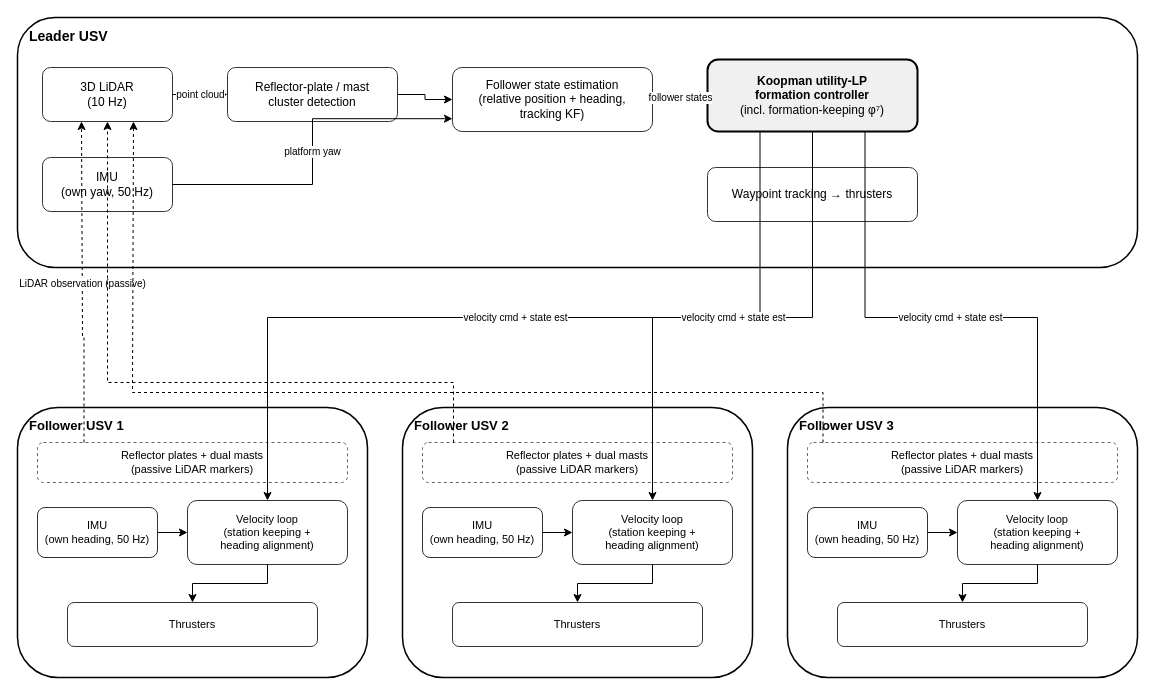
This is IEEE-conference-template-062824/fig/system_architecture.drawio from yuuu1121/GTBOT, a draw.io file, before an edit. Source tidied: cells renumbered, new cells numbered last; positions are measured from the earlier drawing's top-left corner, leaving out a move shared by most shapes. Both pictures are drawn from the tidied source at 100%, with x=0, y=0 at pixel (17, 17).
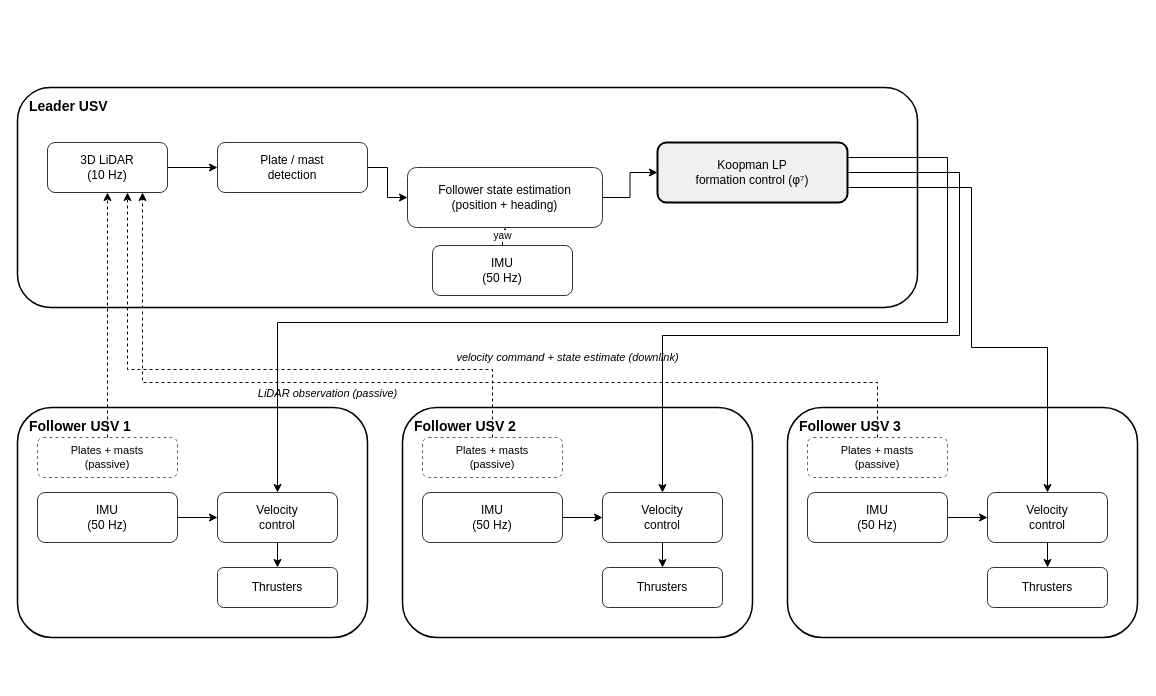
The same page after the edit.

Commit message (it also covers changes not shown here):
draft(ut27): 아키텍처 그림 재설계 — 부유 상자 제거·배선 정리·간략화(자체 렌더 검수 3회전)

리더의 waypoint/thrusters 행 제거(편대 사슬 아님 — 캡션에서 언급),
리더 IMU를 추정 상자 직하로 이동(yaw 수직 배선), 다운링크는 우측 버스
3선으로 정리, 라벨은 선 사이 빈 띠에 배치. 지오메트리를 gen 스크립트
단일 소스로 만들어 matplotlib 미리보기로 검수 후 drawio 생성.

Claude-Session: https://claude.ai/code/session_019qNLAuEkV57fTxt2qoVVH8

Change to the diagram source:
```diff
@@
     <mxCell id="2" value="Leader USV" style="rounded=1;fillColor=none;strokeColor=#000000;strokeWidth=1.5;verticalAlign=top;fontSize=14;fontStyle=1;align=left;spacingLeft=10;spacingTop=4;" parent="1" vertex="1">
-      <mxGeometry width="1120" height="250" as="geometry" />
+      <mxGeometry y="70" width="900" height="220" as="geometry" />
     </mxCell>
     <mxCell id="3" value="3D LiDAR&lt;br&gt;(10 Hz)" style="rounded=1;whiteSpace=wrap;html=1;fillColor=#ffffff;strokeColor=#333333;fontSize=12;" parent="1" vertex="1">
-      <mxGeometry x="25" y="50" width="130" height="54" as="geometry" />
+      <mxGeometry x="30" y="125" width="120" height="50" as="geometry" />
     </mxCell>
-    <mxCell id="4" value="IMU&lt;br&gt;(own yaw, 50 Hz)" style="rounded=1;whiteSpace=wrap;html=1;fillColor=#ffffff;strokeColor=#333333;fontSize=12;" parent="1" vertex="1">
-      <mxGeometry x="25" y="140" width="130" height="54" as="geometry" />
-    </mxCell>
-    <mxCell id="5" value="Reflector-plate / mast&lt;br&gt;cluster detection" style="rounded=1;whiteSpace=wrap;html=1;fillColor=#ffffff;strokeColor=#333333;fontSize=12;" parent="1" vertex="1">
-      <mxGeometry x="210" y="50" width="170" height="54" as="geometry" />
-    </mxCell>
-    <mxCell id="6" value="Follower state estimation&lt;br&gt;(relative position + heading,&lt;br&gt;tracking KF)" style="rounded=1;whiteSpace=wrap;html=1;fillColor=#ffffff;strokeColor=#333333;fontSize=12;" parent="1" vertex="1">
-      <mxGeometry x="435" y="50" width="200" height="64" as="geometry" />
-    </mxCell>
-    <mxCell id="7" value="&lt;b&gt;Koopman utility-LP&lt;br&gt;formation controller&lt;/b&gt;&lt;br&gt;(incl. formation-keeping φ⁷)" style="rounded=1;whiteSpace=wrap;html=1;fillColor=#f0f0f0;strokeColor=#000000;strokeWidth=2;fontSize=12;" parent="1" vertex="1">
-      <mxGeometry x="690" y="42" width="210" height="72" as="geometry" />
-    </mxCell>
-    <mxCell id="8" value="Waypoint tracking → thrusters" style="rounded=1;whiteSpace=wrap;html=1;fillColor=#ffffff;strokeColor=#333333;fontSize=12;" parent="1" vertex="1">
-      <mxGeometry x="690" y="150" width="210" height="54" as="geometry" />
-    </mxCell>
-    <mxCell id="9" value="point cloud" style="edgeStyle=orthogonalEdgeStyle;rounded=0;html=1;exitX=1;exitY=0.5;entryX=0;entryY=0.5;fontSize=10;" parent="1" edge="1" source="3" target="5">
-      <mxGeometry relative="1" as="geometry" />
-    </mxCell>
-    <mxCell id="10" style="edgeStyle=orthogonalEdgeStyle;rounded=0;html=1;exitX=1;exitY=0.5;entryX=0;entryY=0.5;" parent="1" edge="1" source="5" target="6">
-      <mxGeometry relative="1" as="geometry" />
-    </mxCell>
-    <mxCell id="11" value="platform yaw" style="edgeStyle=orthogonalEdgeStyle;rounded=0;html=1;exitX=1;exitY=0.5;entryX=0;entryY=0.8;fontSize=10;" parent="1" edge="1" source="4" target="6">
-      <mxGeometry relative="1" as="geometry" />
-    </mxCell>
-    <mxCell id="12" value="follower states" style="edgeStyle=orthogonalEdgeStyle;rounded=0;html=1;exitX=1;exitY=0.5;entryX=0;entryY=0.5;fontSize=10;" parent="1" edge="1" source="6" target="7">
-      <mxGeometry relative="1" as="geometry" />
-    </mxCell>
+    <mxCell id="40" value="Plate / mast&lt;br&gt;detection" style="rounded=1;whiteSpace=wrap;html=1;fillColor=#ffffff;strokeColor=#333333;fontSize=12;" parent="1" vertex="1">
+      <mxGeometry x="200" y="125" width="150" height="50" as="geometry" />
+    </mxCell>
+    <mxCell id="41" value="IMU&lt;br&gt;(50 Hz)" style="rounded=1;whiteSpace=wrap;html=1;fillColor=#ffffff;strokeColor=#333333;fontSize=12;" parent="1" vertex="1">
+      <mxGeometry x="415" y="228" width="140" height="50" as="geometry" />
+    </mxCell>
+    <mxCell id="42" value="Follower state estimation&lt;br&gt;(position + heading)" style="rounded=1;whiteSpace=wrap;html=1;fillColor=#ffffff;strokeColor=#333333;fontSize=12;" parent="1" vertex="1">
+      <mxGeometry x="390" y="150" width="195" height="60" as="geometry" />
+    </mxCell>
+    <mxCell id="43" value="Koopman LP&lt;br&gt;formation control (φ⁷)" style="rounded=1;whiteSpace=wrap;html=1;fillColor=#f0f0f0;strokeColor=#000000;strokeWidth=2;fontSize=12;" parent="1" vertex="1">
+      <mxGeometry x="640" y="125" width="190" height="60" as="geometry" />
+    </mxCell>
-    <mxCell id="13" value="Follower USV 1" style="rounded=1;fillColor=none;strokeColor=#000000;strokeWidth=1.5;verticalAlign=top;fontSize=13;fontStyle=1;align=left;spacingLeft=10;spacingTop=4;" parent="1" vertex="1">
-      <mxGeometry y="390" width="350" height="270" as="geometry" />
+    <mxCell id="13" value="Follower USV 1" style="rounded=1;fillColor=none;strokeColor=#000000;strokeWidth=1.5;verticalAlign=top;fontSize=14;fontStyle=1;align=left;spacingLeft=10;spacingTop=4;" parent="1" vertex="1">
+      <mxGeometry y="390" width="350" height="230" as="geometry" />
     </mxCell>
-    <mxCell id="14" value="Reflector plates + dual masts&lt;br&gt;(passive LiDAR markers)" style="rounded=1;whiteSpace=wrap;html=1;fillColor=#ffffff;strokeColor=#666666;dashed=1;fontSize=11;" parent="1" vertex="1">
-      <mxGeometry x="20" y="425" width="310" height="40" as="geometry" />
-    </mxCell>
-    <mxCell id="15" value="IMU&lt;br&gt;(own heading, 50 Hz)" style="rounded=1;whiteSpace=wrap;html=1;fillColor=#ffffff;strokeColor=#333333;fontSize=11;" parent="1" vertex="1">
-      <mxGeometry x="20" y="490" width="120" height="50" as="geometry" />
-    </mxCell>
-    <mxCell id="16" value="Velocity loop&lt;br&gt;(station keeping +&lt;br&gt;heading alignment)" style="rounded=1;whiteSpace=wrap;html=1;fillColor=#ffffff;strokeColor=#333333;fontSize=11;" parent="1" vertex="1">
-      <mxGeometry x="170" y="483" width="160" height="64" as="geometry" />
-    </mxCell>
-    <mxCell id="17" value="Thrusters" style="rounded=1;whiteSpace=wrap;html=1;fillColor=#ffffff;strokeColor=#333333;fontSize=11;" parent="1" vertex="1">
-      <mxGeometry x="50" y="585" width="250" height="44" as="geometry" />
-    </mxCell>
-    <mxCell id="18" style="edgeStyle=orthogonalEdgeStyle;rounded=0;html=1;exitX=1;exitY=0.5;entryX=0;entryY=0.5;" parent="1" edge="1" source="15" target="16">
-      <mxGeometry relative="1" as="geometry" />
-    </mxCell>
-    <mxCell id="19" style="edgeStyle=orthogonalEdgeStyle;rounded=0;html=1;exitX=0.5;exitY=1;entryX=0.5;entryY=0;" parent="1" edge="1" source="16" target="17">
-      <mxGeometry relative="1" as="geometry" />
-    </mxCell>
+    <mxCell id="44" value="Plates + masts&lt;br&gt;(passive)" style="rounded=1;whiteSpace=wrap;html=1;fillColor=#ffffff;strokeColor=#666666;dashed=1;fontSize=11;" parent="1" vertex="1">
+      <mxGeometry x="20" y="420" width="140" height="40" as="geometry" />
+    </mxCell>
+    <mxCell id="45" value="IMU&lt;br&gt;(50 Hz)" style="rounded=1;whiteSpace=wrap;html=1;fillColor=#ffffff;strokeColor=#333333;fontSize=12;" parent="1" vertex="1">
+      <mxGeometry x="20" y="475" width="140" height="50" as="geometry" />
+    </mxCell>
+    <mxCell id="46" value="Velocity&lt;br&gt;control" style="rounded=1;whiteSpace=wrap;html=1;fillColor=#ffffff;strokeColor=#333333;fontSize=12;" parent="1" vertex="1">
+      <mxGeometry x="200" y="475" width="120" height="50" as="geometry" />
+    </mxCell>
+    <mxCell id="47" value="Thrusters" style="rounded=1;whiteSpace=wrap;html=1;fillColor=#ffffff;strokeColor=#333333;fontSize=12;" parent="1" vertex="1">
+      <mxGeometry x="200" y="550" width="120" height="40" as="geometry" />
+    </mxCell>
-    <mxCell id="20" value="Follower USV 2" style="rounded=1;fillColor=none;strokeColor=#000000;strokeWidth=1.5;verticalAlign=top;fontSize=13;fontStyle=1;align=left;spacingLeft=10;spacingTop=4;" parent="1" vertex="1">
-      <mxGeometry x="385" y="390" width="350" height="270" as="geometry" />
+    <mxCell id="20" value="Follower USV 2" style="rounded=1;fillColor=none;strokeColor=#000000;strokeWidth=1.5;verticalAlign=top;fontSize=14;fontStyle=1;align=left;spacingLeft=10;spacingTop=4;" parent="1" vertex="1">
+      <mxGeometry x="385" y="390" width="350" height="230" as="geometry" />
     </mxCell>
-    <mxCell id="21" value="Reflector plates + dual masts&lt;br&gt;(passive LiDAR markers)" style="rounded=1;whiteSpace=wrap;html=1;fillColor=#ffffff;strokeColor=#666666;dashed=1;fontSize=11;" parent="1" vertex="1">
-      <mxGeometry x="405" y="425" width="310" height="40" as="geometry" />
-    </mxCell>
-    <mxCell id="22" value="IMU&lt;br&gt;(own heading, 50 Hz)" style="rounded=1;whiteSpace=wrap;html=1;fillColor=#ffffff;strokeColor=#333333;fontSize=11;" parent="1" vertex="1">
-      <mxGeometry x="405" y="490" width="120" height="50" as="geometry" />
-    </mxCell>
-    <mxCell id="23" value="Velocity loop&lt;br&gt;(station keeping +&lt;br&gt;heading alignment)" style="rounded=1;whiteSpace=wrap;html=1;fillColor=#ffffff;strokeColor=#333333;fontSize=11;" parent="1" vertex="1">
-      <mxGeometry x="555" y="483" width="160" height="64" as="geometry" />
-    </mxCell>
-    <mxCell id="24" value="Thrusters" style="rounded=1;whiteSpace=wrap;html=1;fillColor=#ffffff;strokeColor=#333333;fontSize=11;" parent="1" vertex="1">
-      <mxGeometry x="435" y="585" width="250" height="44" as="geometry" />
-    </mxCell>
-    <mxCell id="25" style="edgeStyle=orthogonalEdgeStyle;rounded=0;html=1;exitX=1;exitY=0.5;entryX=0;entryY=0.5;" parent="1" edge="1" source="22" target="23">
-      <mxGeometry relative="1" as="geometry" />
-    </mxCell>
-    <mxCell id="26" style="edgeStyle=orthogonalEdgeStyle;rounded=0;html=1;exitX=0.5;exitY=1;entryX=0.5;entryY=0;" parent="1" edge="1" source="23" target="24">
-      <mxGeometry relative="1" as="geometry" />
-    </mxCell>
+    <mxCell id="48" value="Plates + masts&lt;br&gt;(passive)" style="rounded=1;whiteSpace=wrap;html=1;fillColor=#ffffff;strokeColor=#666666;dashed=1;fontSize=11;" parent="1" vertex="1">
+      <mxGeometry x="405" y="420" width="140" height="40" as="geometry" />
+    </mxCell>
+    <mxCell id="49" value="IMU&lt;br&gt;(50 Hz)" style="rounded=1;whiteSpace=wrap;html=1;fillColor=#ffffff;strokeColor=#333333;fontSize=12;" parent="1" vertex="1">
+      <mxGeometry x="405" y="475" width="140" height="50" as="geometry" />
+    </mxCell>
+    <mxCell id="50" value="Velocity&lt;br&gt;control" style="rounded=1;whiteSpace=wrap;html=1;fillColor=#ffffff;strokeColor=#333333;fontSize=12;" parent="1" vertex="1">
+      <mxGeometry x="585" y="475" width="120" height="50" as="geometry" />
+    </mxCell>
+    <mxCell id="51" value="Thrusters" style="rounded=1;whiteSpace=wrap;html=1;fillColor=#ffffff;strokeColor=#333333;fontSize=12;" parent="1" vertex="1">
+      <mxGeometry x="585" y="550" width="120" height="40" as="geometry" />
+    </mxCell>
-    <mxCell id="27" value="Follower USV 3" style="rounded=1;fillColor=none;strokeColor=#000000;strokeWidth=1.5;verticalAlign=top;fontSize=13;fontStyle=1;align=left;spacingLeft=10;spacingTop=4;" parent="1" vertex="1">
-      <mxGeometry x="770" y="390" width="350" height="270" as="geometry" />
+    <mxCell id="27" value="Follower USV 3" style="rounded=1;fillColor=none;strokeColor=#000000;strokeWidth=1.5;verticalAlign=top;fontSize=14;fontStyle=1;align=left;spacingLeft=10;spacingTop=4;" parent="1" vertex="1">
+      <mxGeometry x="770" y="390" width="350" height="230" as="geometry" />
     </mxCell>
-    <mxCell id="28" value="Reflector plates + dual masts&lt;br&gt;(passive LiDAR markers)" style="rounded=1;whiteSpace=wrap;html=1;fillColor=#ffffff;strokeColor=#666666;dashed=1;fontSize=11;" parent="1" vertex="1">
-      <mxGeometry x="790" y="425" width="310" height="40" as="geometry" />
-    </mxCell>
-    <mxCell id="29" value="IMU&lt;br&gt;(own heading, 50 Hz)" style="rounded=1;whiteSpace=wrap;html=1;fillColor=#ffffff;strokeColor=#333333;fontSize=11;" parent="1" vertex="1">
-      <mxGeometry x="790" y="490" width="120" height="50" as="geometry" />
-    </mxCell>
-    <mxCell id="30" value="Velocity loop&lt;br&gt;(station keeping +&lt;br&gt;heading alignment)" style="rounded=1;whiteSpace=wrap;html=1;fillColor=#ffffff;strokeColor=#333333;fontSize=11;" parent="1" vertex="1">
-      <mxGeometry x="940" y="483" width="160" height="64" as="geometry" />
-    </mxCell>
-    <mxCell id="31" value="Thrusters" style="rounded=1;whiteSpace=wrap;html=1;fillColor=#ffffff;strokeColor=#333333;fontSize=11;" parent="1" vertex="1">
-      <mxGeometry x="820" y="585" width="250" height="44" as="geometry" />
-    </mxCell>
-    <mxCell id="32" style="edgeStyle=orthogonalEdgeStyle;rounded=0;html=1;exitX=1;exitY=0.5;entryX=0;entryY=0.5;" parent="1" edge="1" source="29" target="30">
-      <mxGeometry relative="1" as="geometry" />
-    </mxCell>
-    <mxCell id="33" style="edgeStyle=orthogonalEdgeStyle;rounded=0;html=1;exitX=0.5;exitY=1;entryX=0.5;entryY=0;" parent="1" edge="1" source="30" target="31">
-      <mxGeometry relative="1" as="geometry" />
-    </mxCell>
-    <mxCell id="34" value="velocity cmd + state est" style="edgeStyle=orthogonalEdgeStyle;rounded=0;html=1;exitX=0.25;exitY=1;entryX=0.5;entryY=0;fontSize=10;" parent="1" edge="1" source="7" target="16">
-      <mxGeometry relative="1" as="geometry">
-        <Array as="points">
-          <mxPoint x="250" y="300" />
-        </Array>
-      </mxGeometry>
-    </mxCell>
-    <mxCell id="35" value="velocity cmd + state est" style="edgeStyle=orthogonalEdgeStyle;rounded=0;html=1;exitX=0.5;exitY=1;entryX=0.5;entryY=0;fontSize=10;" parent="1" edge="1" source="7" target="23">
-      <mxGeometry relative="1" as="geometry">
-        <Array as="points">
-          <mxPoint x="635" y="300" />
-        </Array>
-      </mxGeometry>
-    </mxCell>
-    <mxCell id="36" value="velocity cmd + state est" style="edgeStyle=orthogonalEdgeStyle;rounded=0;html=1;exitX=0.75;exitY=1;entryX=0.5;entryY=0;fontSize=10;" parent="1" edge="1" source="7" target="30">
-      <mxGeometry relative="1" as="geometry">
-        <Array as="points">
-          <mxPoint x="1020" y="300" />
-        </Array>
-      </mxGeometry>
-    </mxCell>
+    <mxCell id="52" value="Plates + masts&lt;br&gt;(passive)" style="rounded=1;whiteSpace=wrap;html=1;fillColor=#ffffff;strokeColor=#666666;dashed=1;fontSize=11;" parent="1" vertex="1">
+      <mxGeometry x="790" y="420" width="140" height="40" as="geometry" />
+    </mxCell>
+    <mxCell id="53" value="IMU&lt;br&gt;(50 Hz)" style="rounded=1;whiteSpace=wrap;html=1;fillColor=#ffffff;strokeColor=#333333;fontSize=12;" parent="1" vertex="1">
+      <mxGeometry x="790" y="475" width="140" height="50" as="geometry" />
+    </mxCell>
+    <mxCell id="54" value="Velocity&lt;br&gt;control" style="rounded=1;whiteSpace=wrap;html=1;fillColor=#ffffff;strokeColor=#333333;fontSize=12;" parent="1" vertex="1">
+      <mxGeometry x="970" y="475" width="120" height="50" as="geometry" />
+    </mxCell>
+    <mxCell id="55" value="Thrusters" style="rounded=1;whiteSpace=wrap;html=1;fillColor=#ffffff;strokeColor=#333333;fontSize=12;" parent="1" vertex="1">
+      <mxGeometry x="970" y="550" width="120" height="40" as="geometry" />
+    </mxCell>
+    <mxCell id="56" value="velocity command + state estimate (downlink)" style="text;html=1;align=center;verticalAlign=middle;fontSize=11;fontStyle=2;" parent="1" vertex="1">
+      <mxGeometry x="390" y="332" width="320" height="16" as="geometry" />
+    </mxCell>
-    <mxCell id="37" value="LiDAR observation (passive)" style="edgeStyle=orthogonalEdgeStyle;rounded=0;html=1;exitX=0.15;exitY=0;entryX=0.3;entryY=1;fontSize=10;dashed=1;" parent="1" edge="1" source="14" target="3">
-      <mxGeometry relative="1" as="geometry">
-        <Array as="points">
-          <mxPoint x="65" y="320" />
-        </Array>
-      </mxGeometry>
+    <mxCell id="37" value="LiDAR observation (passive)" style="text;html=1;align=center;verticalAlign=middle;fontSize=11;fontStyle=2;" parent="1" vertex="1">
+      <mxGeometry x="200" y="368" width="220" height="16" as="geometry" />
     </mxCell>
-    <mxCell id="38" style="edgeStyle=orthogonalEdgeStyle;rounded=0;html=1;exitX=0.1;exitY=0;entryX=0.5;entryY=1;fontSize=10;dashed=1;" parent="1" edge="1" source="21" target="3">
-      <mxGeometry relative="1" as="geometry">
-        <Array as="points">
-          <mxPoint x="436" y="365" />
-          <mxPoint x="90" y="365" />
-        </Array>
-      </mxGeometry>
-    </mxCell>
-    <mxCell id="39" style="edgeStyle=orthogonalEdgeStyle;rounded=0;html=1;exitX=0.05;exitY=0;entryX=0.7;entryY=1;fontSize=10;dashed=1;" parent="1" edge="1" source="28" target="3">
-      <mxGeometry relative="1" as="geometry">
-        <Array as="points">
-          <mxPoint x="805" y="375" />
-          <mxPoint x="115" y="375" />
-        </Array>
-      </mxGeometry>
-    </mxCell>
+    <mxCell id="57" style="edgeStyle=orthogonalEdgeStyle;rounded=0;html=1;fontSize=10;" parent="1" edge="1" source="3" target="40">
+      <mxGeometry relative="1" as="geometry" />
+    </mxCell>
+    <mxCell id="58" style="edgeStyle=orthogonalEdgeStyle;rounded=0;html=1;fontSize=10;" parent="1" edge="1" source="40" target="42">
+      <mxGeometry relative="1" as="geometry" />
+    </mxCell>
+    <mxCell id="59" value="yaw" style="edgeStyle=orthogonalEdgeStyle;rounded=0;html=1;fontSize=10;" parent="1" edge="1" source="41" target="42">
+      <mxGeometry relative="1" as="geometry" />
+    </mxCell>
+    <mxCell id="60" style="edgeStyle=orthogonalEdgeStyle;rounded=0;html=1;fontSize=10;" parent="1" edge="1" source="42" target="43">
+      <mxGeometry relative="1" as="geometry" />
+    </mxCell>
+    <mxCell id="61" style="edgeStyle=orthogonalEdgeStyle;rounded=0;html=1;fontSize=10;" parent="1" edge="1" source="45" target="46">
+      <mxGeometry relative="1" as="geometry" />
+    </mxCell>
+    <mxCell id="62" style="edgeStyle=orthogonalEdgeStyle;rounded=0;html=1;fontSize=10;" parent="1" edge="1" source="46" target="47">
+      <mxGeometry relative="1" as="geometry" />
+    </mxCell>
+    <mxCell id="63" style="edgeStyle=orthogonalEdgeStyle;rounded=0;html=1;fontSize=10;" parent="1" edge="1" source="49" target="50">
+      <mxGeometry relative="1" as="geometry" />
+    </mxCell>
+    <mxCell id="64" style="edgeStyle=orthogonalEdgeStyle;rounded=0;html=1;fontSize=10;" parent="1" edge="1" source="50" target="51">
+      <mxGeometry relative="1" as="geometry" />
+    </mxCell>
+    <mxCell id="65" style="edgeStyle=orthogonalEdgeStyle;rounded=0;html=1;fontSize=10;" parent="1" edge="1" source="53" target="54">
+      <mxGeometry relative="1" as="geometry" />
+    </mxCell>
+    <mxCell id="66" style="edgeStyle=orthogonalEdgeStyle;rounded=0;html=1;fontSize=10;" parent="1" edge="1" source="54" target="55">
+      <mxGeometry relative="1" as="geometry" />
+    </mxCell>
+    <mxCell id="67" style="edgeStyle=orthogonalEdgeStyle;rounded=0;html=1;fontSize=10;" parent="1" edge="1" source="43" target="46">
+      <mxGeometry relative="1" as="geometry">
+        <Array as="points">
+          <mxPoint x="930" y="140" />
+          <mxPoint x="930" y="305" />
+          <mxPoint x="260" y="305" />
+        </Array>
+      </mxGeometry>
+    </mxCell>
+    <mxCell id="68" style="edgeStyle=orthogonalEdgeStyle;rounded=0;html=1;fontSize=10;" parent="1" edge="1" source="43" target="50">
+      <mxGeometry relative="1" as="geometry">
+        <Array as="points">
+          <mxPoint x="942" y="155" />
+          <mxPoint x="942" y="318" />
+          <mxPoint x="645" y="318" />
+        </Array>
+      </mxGeometry>
+    </mxCell>
+    <mxCell id="69" style="edgeStyle=orthogonalEdgeStyle;rounded=0;html=1;fontSize=10;" parent="1" edge="1" source="43" target="54">
+      <mxGeometry relative="1" as="geometry">
+        <Array as="points">
+          <mxPoint x="954" y="170" />
+          <mxPoint x="954" y="330" />
+          <mxPoint x="1030" y="330" />
+        </Array>
+      </mxGeometry>
+    </mxCell>
+    <mxCell id="70" style="edgeStyle=orthogonalEdgeStyle;rounded=0;html=1;fontSize=10;dashed=1;" parent="1" edge="1" source="44" target="3">
+      <mxGeometry relative="1" as="geometry">
+        <Array as="points">
+          <mxPoint x="90" y="370" />
+        </Array>
+      </mxGeometry>
+    </mxCell>
+    <mxCell id="71" style="edgeStyle=orthogonalEdgeStyle;rounded=0;html=1;fontSize=10;dashed=1;" parent="1" edge="1" source="48" target="3">
+      <mxGeometry relative="1" as="geometry">
+        <Array as="points">
+          <mxPoint x="475" y="352" />
+          <mxPoint x="110" y="352" />
+        </Array>
+      </mxGeometry>
+    </mxCell>
+    <mxCell id="72" style="edgeStyle=orthogonalEdgeStyle;rounded=0;html=1;fontSize=10;dashed=1;" parent="1" edge="1" source="52" target="3">
+      <mxGeometry relative="1" as="geometry">
+        <Array as="points">
+          <mxPoint x="860" y="365" />
+          <mxPoint x="125" y="365" />
+        </Array>
+      </mxGeometry>
+    </mxCell>
```
